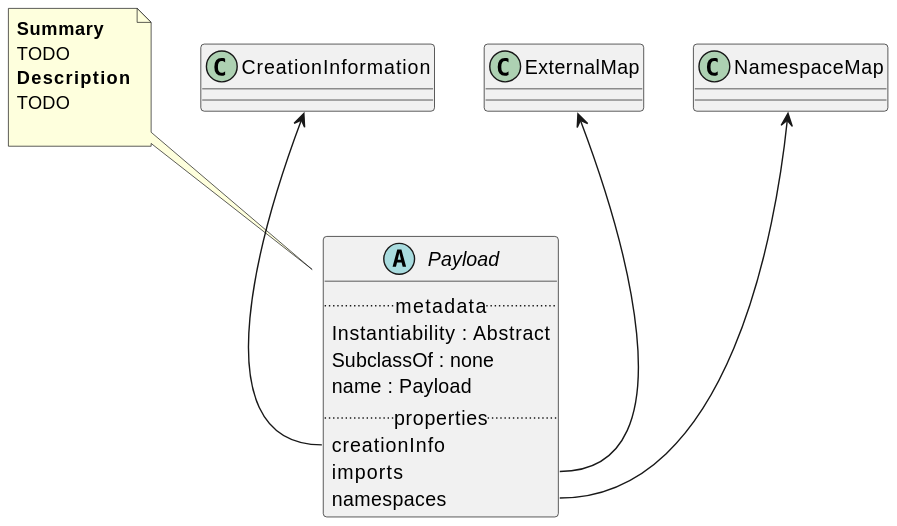
maxhbr/spec-parser.hs keeps this PlantUML diagram as Classes/Payload.svg. Above is the earlier version.
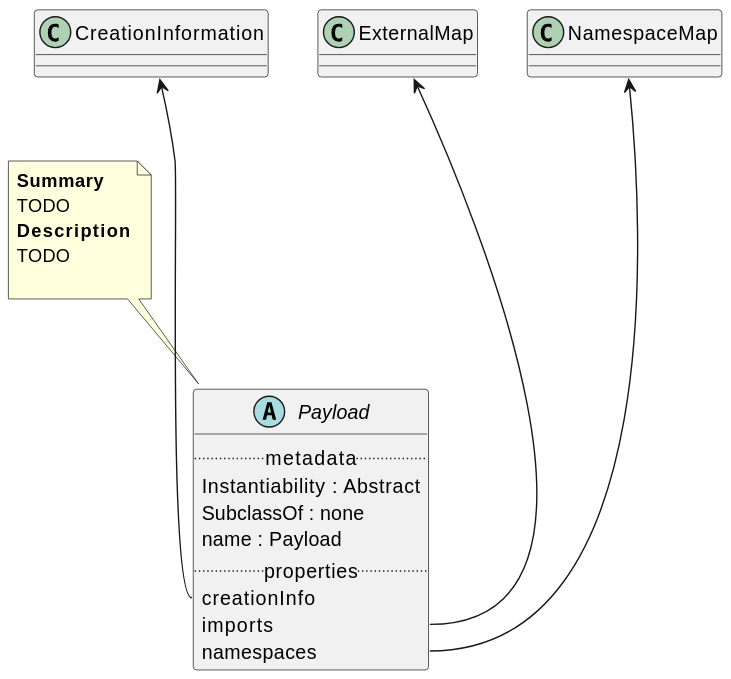
Later version of the same file.

What changed in the source:
```diff
@@ -16,7 +16,7 @@
 TODO
 
 end note
-"CreationInformation" <-- "Payload::creationInfo"
-"ExternalMap" <-- "Payload::imports"
-"NamespaceMap" <-- "Payload::namespaces"
+"CreationInformation" <--- "Payload::creationInfo"
+"ExternalMap" <--- "Payload::imports"
+"NamespaceMap" <--- "Payload::namespaces"
 @enduml
```
